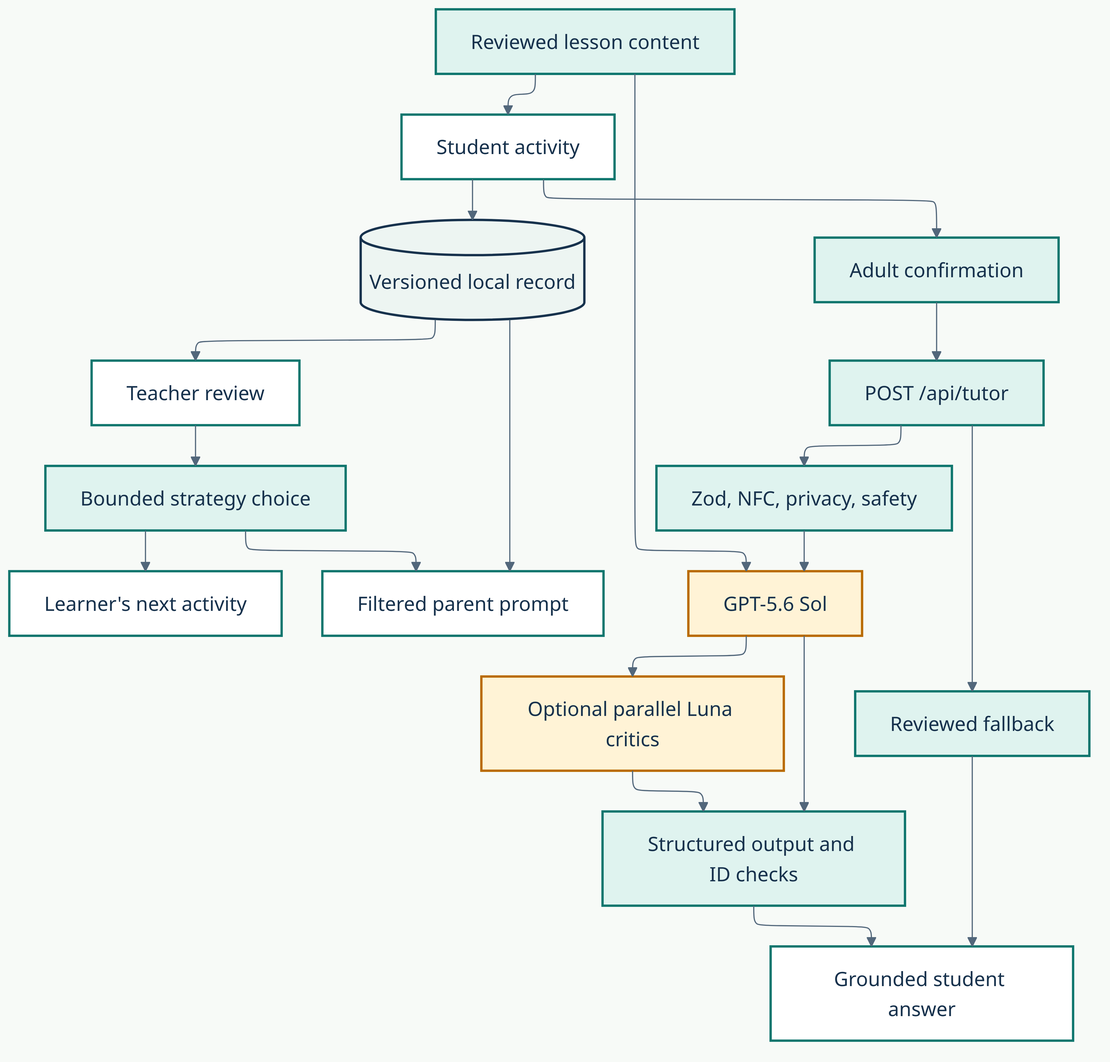
The Mermaid diagram docs/kanni-architecture.png in Arnol-P-S/kanni, before a commit. Its source is kept beside it as docs/kanni-architecture.mmd. The source it was exported from:
```mermaid
flowchart TB
  Student["Student activity"] --> Record[("Versioned local record")]
  Record --> Teacher["Teacher review"]
  Teacher --> Strategy["Bounded strategy choice"]
  Strategy --> Next["Learner's next activity"]
  Record --> Parent["Filtered parent prompt"]
  Strategy --> Parent

  Static["Reviewed lesson content"] --> Student
  Student --> Gate["Adult confirmation"]
  Gate --> API["POST /api/tutor"]
  API --> Safety["Zod, NFC, privacy, safety"]
  Safety --> Sol["GPT-5.6 Sol"]
  Static --> Sol
  Sol --> Validate["Structured output and ID checks"]
  Sol --> Critics["Optional parallel Luna critics"]
  Critics --> Validate
  API --> Fallback["Reviewed fallback"]
  Validate --> Answer["Grounded student answer"]
  Fallback --> Answer

  classDef role fill:#ffffff,stroke:#0f766e,stroke-width:2px,color:#17324d;
  classDef control fill:#dff3ef,stroke:#0f766e,stroke-width:2px,color:#17324d;
  classDef ai fill:#fff3d6,stroke:#b96b00,stroke-width:2px,color:#17324d;
  classDef store fill:#edf5f2,stroke:#17324d,stroke-width:2px,color:#17324d;
  class Student,Teacher,Parent,Next,Answer role;
  class Gate,API,Safety,Validate,Static,Fallback,Strategy control;
  class Sol,Critics ai;
  class Record store;
```
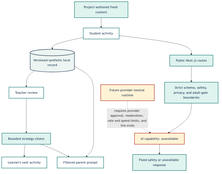
Later version of the same file.

Diff of the diagram source:
```diff
@@ -1,29 +1,24 @@
 flowchart TB
-  Student["Student activity"] --> Record[("Versioned local record")]
+  Student["Student activity"] --> Record[("Versioned synthetic local record")]
   Record --> Teacher["Teacher review"]
   Teacher --> Strategy["Bounded strategy choice"]
   Strategy --> Next["Learner's next activity"]
   Record --> Parent["Filtered parent prompt"]
   Strategy --> Parent
 
-  Static["Reviewed lesson content"] --> Student
-  Student --> Gate["Adult confirmation"]
-  Gate --> API["POST /api/tutor"]
-  API --> Safety["Zod, NFC, privacy, safety"]
-  Safety --> Sol["GPT-5.6 Sol"]
-  Static --> Sol
-  Sol --> Validate["Structured output and ID checks"]
-  Sol --> Critics["Optional parallel Luna critics"]
-  Critics --> Validate
-  API --> Fallback["Reviewed fallback"]
-  Validate --> Answer["Grounded student answer"]
-  Fallback --> Answer
+  Fixed["Project-authored fixed content"] --> Student
+  Student --> API["Public Next.js routes"]
+  API --> Boundary["Strict schema, safety, privacy, and adult-gate boundaries"]
+  Boundary --> Capability["AI capability: unavailable"]
+  Capability --> Fallback["Fixed safety or unavailable response"]
+
+  Future["Future provider-neutral runtime"] -. "requires provider approval, moderation, rate and spend limits, and live evals" .-> Capability
 
   classDef role fill:#ffffff,stroke:#0f766e,stroke-width:2px,color:#17324d;
   classDef control fill:#dff3ef,stroke:#0f766e,stroke-width:2px,color:#17324d;
-  classDef ai fill:#fff3d6,stroke:#b96b00,stroke-width:2px,color:#17324d;
+  classDef blocked fill:#fff3d6,stroke:#b42318,stroke-width:2px,color:#17324d;
   classDef store fill:#edf5f2,stroke:#17324d,stroke-width:2px,color:#17324d;
-  class Student,Teacher,Parent,Next,Answer role;
-  class Gate,API,Safety,Validate,Static,Fallback,Strategy control;
-  class Sol,Critics ai;
+  class Student,Teacher,Parent,Next role;
+  class API,Boundary,Fixed,Fallback,Strategy control;
+  class Capability,Future blocked;
   class Record store;
```
